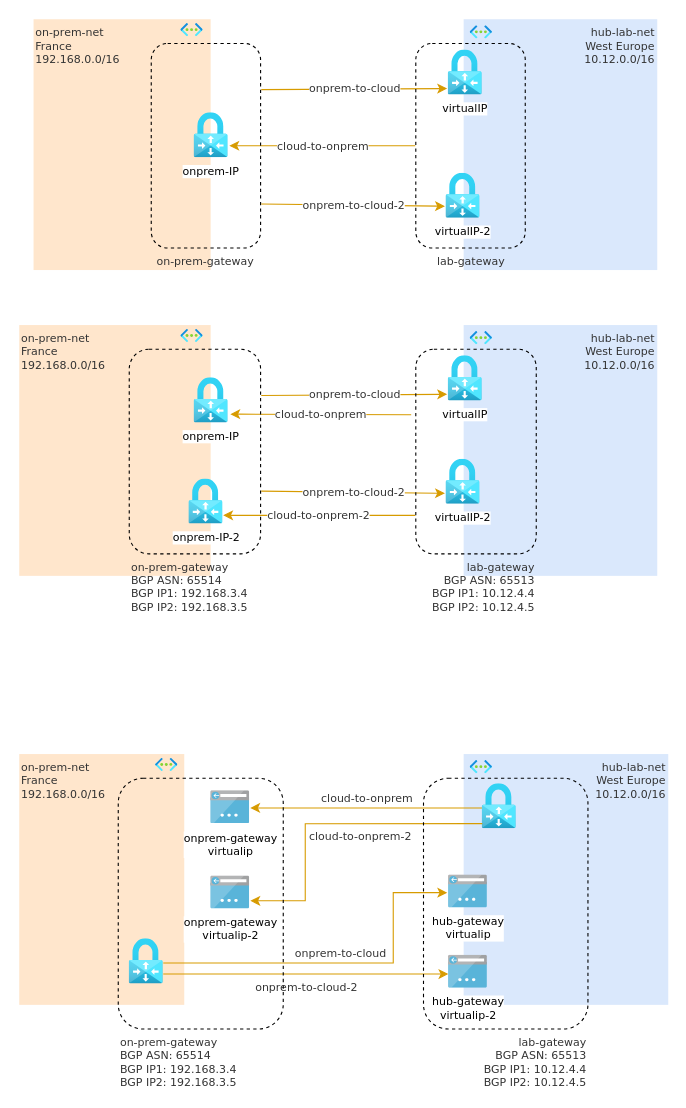
The draw.io diagram images/ipsec.drawio in nicolgit/hub-and-spoke-playground, before the edit. Source tidied: cells renumbered, new cells numbered last; positions are measured from the earlier drawing's top-left corner, leaving out a move shared by most shapes. Both pictures are drawn from the tidied source at 110%, with x=0, y=0 at pixel (19, 19).
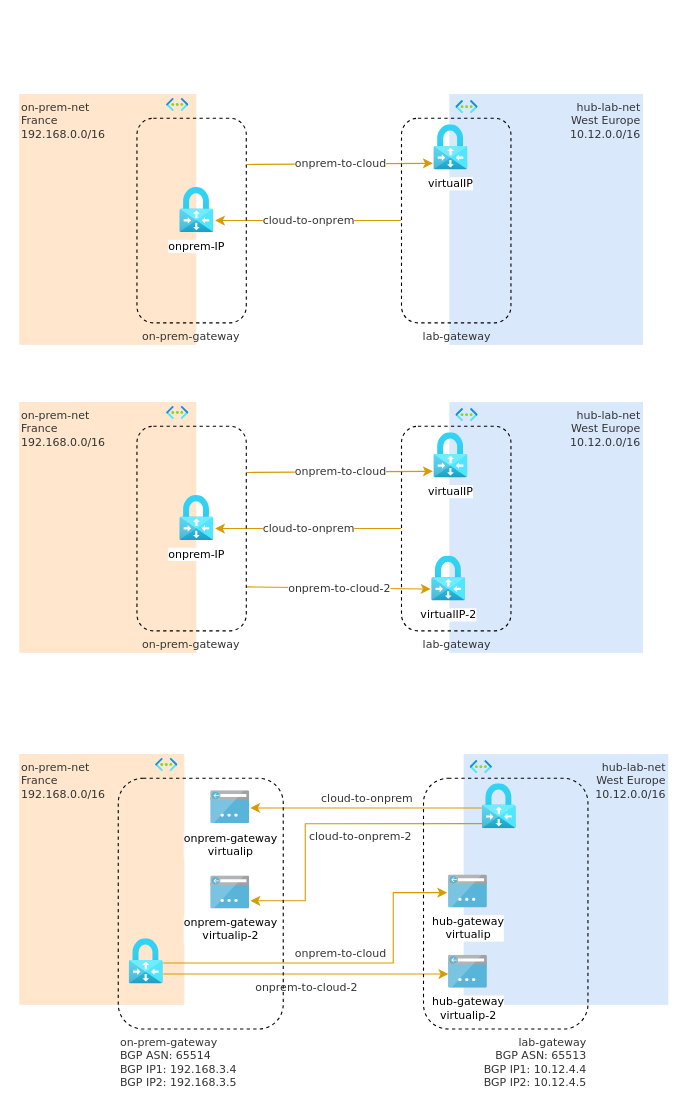
The same diagram, later.

What changed in the source:
```diff
@@
     <mxCell id="2" value="hub-lab-net&lt;br style=&quot;font-size: 10px;&quot;&gt;West Europe&lt;br style=&quot;font-size: 10px;&quot;&gt;10.12.0.0/16" style="rounded=0;whiteSpace=wrap;html=1;fontFamily=Verdana;align=right;fillColor=#dae8fc;strokeColor=none;fontSize=10;fontColor=#333333;verticalAlign=top;shadow=0;" parent="1" vertex="1">
-      <mxGeometry x="404" width="176" height="228" as="geometry" />
+      <mxGeometry x="391" y="348" width="176" height="228" as="geometry" />
     </mxCell>
     <mxCell id="3" value="on-prem-net&lt;br style=&quot;font-size: 10px;&quot;&gt;France&lt;br style=&quot;font-size: 10px;&quot;&gt;192.168.0.0/16" style="rounded=0;whiteSpace=wrap;html=1;fontFamily=Verdana;align=left;fillColor=#ffe6cc;strokeColor=none;fontSize=10;labelPosition=center;verticalLabelPosition=middle;verticalAlign=top;fontColor=#333333;" parent="1" vertex="1">
-      <mxGeometry x="13" width="161" height="228" as="geometry" />
+      <mxGeometry y="348" width="161" height="228" as="geometry" />
     </mxCell>
     <mxCell id="4" style="html=1;align=center;image;fontSize=12;image=img/lib/azure2/networking/Virtual_Networks.svg;fontFamily=Verdana;rounded=0;" parent="1" vertex="1">
-      <mxGeometry x="410" y="5.9" width="20.2" height="12.1" as="geometry" />
+      <mxGeometry x="397" y="353.9" width="20.2" height="12.1" as="geometry" />
     </mxCell>
     <mxCell id="5" value="virtualIP" style="html=1;align=center;image;fontSize=10;image=img/lib/azure2/networking/Virtual_Network_Gateways.svg;fontFamily=Verdana;rounded=0;" parent="1" vertex="1">
-      <mxGeometry x="390" y="28" width="30.9" height="41" as="geometry" />
+      <mxGeometry x="377" y="376" width="30.9" height="41" as="geometry" />
     </mxCell>
     <mxCell id="6" value="virtualIP-2" style="html=1;align=center;image;fontSize=10;image=img/lib/azure2/networking/Virtual_Network_Gateways.svg;fontFamily=Verdana;rounded=0;" parent="1" vertex="1">
-      <mxGeometry x="388" y="140" width="30.9" height="41" as="geometry" />
+      <mxGeometry x="375" y="488" width="30.9" height="41" as="geometry" />
     </mxCell>
     <mxCell id="7" value="onprem-IP" style="html=1;align=center;image;fontSize=10;image=img/lib/azure2/networking/Virtual_Network_Gateways.svg;fontFamily=Verdana;rounded=0;" parent="1" vertex="1">
-      <mxGeometry x="159" y="85" width="30.9" height="41" as="geometry" />
+      <mxGeometry x="146" y="433" width="30.9" height="41" as="geometry" />
     </mxCell>
     <mxCell id="8" style="html=1;align=center;image;fontSize=12;image=img/lib/azure2/networking/Virtual_Networks.svg;fontFamily=Verdana;rounded=0;" parent="1" vertex="1">
-      <mxGeometry x="147" y="3.9" width="20.2" height="12.1" as="geometry" />
+      <mxGeometry x="134" y="351.9" width="20.2" height="12.1" as="geometry" />
     </mxCell>
     <mxCell id="9" value="cloud-to-onprem" style="endArrow=none;startArrow=classic;html=1;rounded=0;fontFamily=Verdana;fontSize=10;fontColor=#333333;fillColor=#ffe6cc;strokeColor=#d79b00;startFill=1;endFill=0;" parent="1" edge="1">
       <mxGeometry relative="1" as="geometry">
-        <mxPoint x="191" y="115" as="sourcePoint" />
-        <mxPoint x="360" y="115" as="targetPoint" />
+        <mxPoint x="178" y="463" as="sourcePoint" />
+        <mxPoint x="347" y="463" as="targetPoint" />
       </mxGeometry>
     </mxCell>
     <mxCell id="10" value="onprem-to-cloud" style="endArrow=classic;startArrow=none;html=1;rounded=0;fontFamily=Verdana;fontSize=10;fontColor=#333333;fillColor=#ffe6cc;strokeColor=#d79b00;startFill=0;" parent="1" edge="1">
       <mxGeometry relative="1" as="geometry">
-        <mxPoint x="220" y="64" as="sourcePoint" />
-        <mxPoint x="389" y="63" as="targetPoint" />
+        <mxPoint x="207" y="412" as="sourcePoint" />
+        <mxPoint x="376" y="411" as="targetPoint" />
       </mxGeometry>
     </mxCell>
     <mxCell id="11" value="on-prem-gateway" style="rounded=1;whiteSpace=wrap;html=1;fontFamily=Verdana;fontSize=10;fontColor=#333333;fillColor=none;dashed=1;labelPosition=center;verticalLabelPosition=bottom;align=center;verticalAlign=top;" parent="1" vertex="1">
-      <mxGeometry x="120" y="22" width="99.4" height="186" as="geometry" />
+      <mxGeometry x="107" y="370" width="99.4" height="186" as="geometry" />
     </mxCell>
     <mxCell id="12" value="onprem-to-cloud-2" style="endArrow=classic;startArrow=none;html=1;rounded=0;fontFamily=Verdana;fontSize=10;fontColor=#333333;fillColor=#ffe6cc;strokeColor=#d79b00;startFill=0;" parent="1" edge="1">
       <mxGeometry relative="1" as="geometry">
-        <mxPoint x="220" y="168" as="sourcePoint" />
-        <mxPoint x="387" y="170" as="targetPoint" />
+        <mxPoint x="207" y="516" as="sourcePoint" />
+        <mxPoint x="374" y="518" as="targetPoint" />
       </mxGeometry>
     </mxCell>
     <mxCell id="13" value="lab-gateway" style="rounded=1;whiteSpace=wrap;html=1;fontFamily=Verdana;fontSize=10;fontColor=#333333;fillColor=none;dashed=1;labelPosition=center;verticalLabelPosition=bottom;align=center;verticalAlign=top;" parent="1" vertex="1">
-      <mxGeometry x="360.5" y="22" width="99.5" height="186" as="geometry" />
+      <mxGeometry x="347.5" y="370" width="99.5" height="186" as="geometry" />
     </mxCell>
-    <mxCell id="14" value="hub-lab-net&lt;br style=&quot;font-size: 10px;&quot;&gt;West Europe&lt;br style=&quot;font-size: 10px;&quot;&gt;10.12.0.0/16" style="rounded=0;whiteSpace=wrap;html=1;fontFamily=Verdana;align=right;fillColor=#dae8fc;strokeColor=none;fontSize=10;fontColor=#333333;verticalAlign=top;shadow=0;" parent="1" vertex="1">
-      <mxGeometry x="404" y="278" width="176" height="228" as="geometry" />
-    </mxCell>
-    <mxCell id="15" value="on-prem-net&lt;br style=&quot;font-size: 10px;&quot;&gt;France&lt;br style=&quot;font-size: 10px;&quot;&gt;192.168.0.0/16" style="rounded=0;whiteSpace=wrap;html=1;fontFamily=Verdana;align=left;fillColor=#ffe6cc;strokeColor=none;fontSize=10;labelPosition=center;verticalLabelPosition=middle;verticalAlign=top;fontColor=#333333;" parent="1" vertex="1">
-      <mxGeometry y="278" width="174" height="228" as="geometry" />
-    </mxCell>
-    <mxCell id="16" style="html=1;align=center;image;fontSize=12;image=img/lib/azure2/networking/Virtual_Networks.svg;fontFamily=Verdana;rounded=0;" parent="1" vertex="1">
-      <mxGeometry x="410" y="283.9" width="20.2" height="12.1" as="geometry" />
-    </mxCell>
-    <mxCell id="17" value="virtualIP" style="html=1;align=center;image;fontSize=10;image=img/lib/azure2/networking/Virtual_Network_Gateways.svg;fontFamily=Verdana;rounded=0;" parent="1" vertex="1">
-      <mxGeometry x="390" y="306" width="30.9" height="41" as="geometry" />
-    </mxCell>
-    <mxCell id="18" value="virtualIP-2" style="html=1;align=center;image;fontSize=10;image=img/lib/azure2/networking/Virtual_Network_Gateways.svg;fontFamily=Verdana;rounded=0;" parent="1" vertex="1">
-      <mxGeometry x="388" y="400" width="30.9" height="41" as="geometry" />
-    </mxCell>
-    <mxCell id="19" value="onprem-IP" style="html=1;align=center;image;fontSize=10;image=img/lib/azure2/networking/Virtual_Network_Gateways.svg;fontFamily=Verdana;rounded=0;" parent="1" vertex="1">
-      <mxGeometry x="159" y="326" width="30.9" height="41" as="geometry" />
-    </mxCell>
-    <mxCell id="20" style="html=1;align=center;image;fontSize=12;image=img/lib/azure2/networking/Virtual_Networks.svg;fontFamily=Verdana;rounded=0;" parent="1" vertex="1">
-      <mxGeometry x="147" y="281.9" width="20.2" height="12.1" as="geometry" />
-    </mxCell>
-    <mxCell id="21" value="cloud-to-onprem" style="endArrow=none;startArrow=classic;html=1;rounded=0;fontFamily=Verdana;fontSize=10;fontColor=#333333;fillColor=#ffe6cc;strokeColor=#d79b00;startFill=1;endFill=0;entryX=-0.062;entryY=0.32;entryDx=0;entryDy=0;entryPerimeter=0;" parent="1" edge="1">
-      <mxGeometry relative="1" as="geometry">
-        <mxPoint x="191.9" y="359" as="sourcePoint" />
-        <mxPoint x="356.3" y="359.5" as="targetPoint" />
-      </mxGeometry>
-    </mxCell>
-    <mxCell id="22" value="onprem-to-cloud" style="endArrow=classic;startArrow=none;html=1;rounded=0;fontFamily=Verdana;fontSize=10;fontColor=#333333;fillColor=#ffe6cc;strokeColor=#d79b00;startFill=0;" parent="1" edge="1">
-      <mxGeometry relative="1" as="geometry">
-        <mxPoint x="220" y="342" as="sourcePoint" />
-        <mxPoint x="389" y="341" as="targetPoint" />
-      </mxGeometry>
-    </mxCell>
-    <mxCell id="23" value="onprem-to-cloud-2" style="endArrow=classic;startArrow=none;html=1;rounded=0;fontFamily=Verdana;fontSize=10;fontColor=#333333;fillColor=#ffe6cc;strokeColor=#d79b00;startFill=0;" parent="1" edge="1">
-      <mxGeometry relative="1" as="geometry">
-        <mxPoint x="220" y="429" as="sourcePoint" />
-        <mxPoint x="387" y="431" as="targetPoint" />
-      </mxGeometry>
-    </mxCell>
-    <mxCell id="24" value="onprem-IP-2" style="html=1;align=center;image;fontSize=10;image=img/lib/azure2/networking/Virtual_Network_Gateways.svg;fontFamily=Verdana;rounded=0;" parent="1" vertex="1">
-      <mxGeometry x="154.3" y="418" width="30.9" height="41" as="geometry" />
-    </mxCell>
-    <mxCell id="25" value="cloud-to-onprem-2" style="endArrow=none;startArrow=classic;html=1;rounded=0;fontFamily=Verdana;fontSize=10;fontColor=#333333;fillColor=#ffe6cc;strokeColor=#d79b00;startFill=1;endFill=0;" parent="1" edge="1">
-      <mxGeometry relative="1" as="geometry">
-        <mxPoint x="185.4" y="451" as="sourcePoint" />
-        <mxPoint x="360" y="451" as="targetPoint" />
-      </mxGeometry>
-    </mxCell>
-    <mxCell id="26" value="lab-gateway&lt;br&gt;BGP ASN: 65513&lt;br&gt;BGP IP1: 10.12.4.4&lt;br&gt;BGP IP2: 10.12.4.5" style="rounded=1;whiteSpace=wrap;html=1;fontFamily=Verdana;fontSize=10;fontColor=#333333;fillColor=none;dashed=1;labelPosition=center;verticalLabelPosition=bottom;align=right;verticalAlign=top;" parent="1" vertex="1">
-      <mxGeometry x="360.5" y="300" width="109.5" height="186" as="geometry" />
-    </mxCell>
-    <mxCell id="27" value="on-prem-gateway&lt;br&gt;BGP ASN: 65514&lt;br&gt;BGP IP1: 192.168.3.4&lt;br&gt;BGP IP2: 192.168.3.5" style="rounded=1;whiteSpace=wrap;html=1;fontFamily=Verdana;fontSize=10;fontColor=#333333;fillColor=none;dashed=1;labelPosition=center;verticalLabelPosition=bottom;align=left;verticalAlign=top;" parent="1" vertex="1">
-      <mxGeometry x="100" y="300" width="119.4" height="186" as="geometry" />
-    </mxCell>
@@
+    <mxCell id="14" value="hub-lab-net&lt;br style=&quot;font-size: 10px;&quot;&gt;West Europe&lt;br style=&quot;font-size: 10px;&quot;&gt;10.12.0.0/16" style="rounded=0;whiteSpace=wrap;html=1;fontFamily=Verdana;align=right;fillColor=#dae8fc;strokeColor=none;fontSize=10;fontColor=#333333;verticalAlign=top;shadow=0;" parent="1" vertex="1">
+      <mxGeometry x="391" y="68" width="176" height="228" as="geometry" />
+    </mxCell>
+    <mxCell id="15" value="on-prem-net&lt;br style=&quot;font-size: 10px;&quot;&gt;France&lt;br style=&quot;font-size: 10px;&quot;&gt;192.168.0.0/16" style="rounded=0;whiteSpace=wrap;html=1;fontFamily=Verdana;align=left;fillColor=#ffe6cc;strokeColor=none;fontSize=10;labelPosition=center;verticalLabelPosition=middle;verticalAlign=top;fontColor=#333333;" parent="1" vertex="1">
+      <mxGeometry y="68" width="161" height="228" as="geometry" />
+    </mxCell>
+    <mxCell id="44" style="html=1;align=center;image;fontSize=12;image=img/lib/azure2/networking/Virtual_Networks.svg;fontFamily=Verdana;rounded=0;" parent="1" vertex="1">
+      <mxGeometry x="397" y="73.9" width="20.2" height="12.1" as="geometry" />
+    </mxCell>
+    <mxCell id="17" value="virtualIP" style="html=1;align=center;image;fontSize=10;image=img/lib/azure2/networking/Virtual_Network_Gateways.svg;fontFamily=Verdana;rounded=0;" parent="1" vertex="1">
+      <mxGeometry x="377" y="96" width="30.9" height="41" as="geometry" />
+    </mxCell>
+    <mxCell id="19" value="onprem-IP" style="html=1;align=center;image;fontSize=10;image=img/lib/azure2/networking/Virtual_Network_Gateways.svg;fontFamily=Verdana;rounded=0;" parent="1" vertex="1">
+      <mxGeometry x="146" y="153" width="30.9" height="41" as="geometry" />
+    </mxCell>
+    <mxCell id="45" style="html=1;align=center;image;fontSize=12;image=img/lib/azure2/networking/Virtual_Networks.svg;fontFamily=Verdana;rounded=0;" parent="1" vertex="1">
+      <mxGeometry x="134" y="71.9" width="20.2" height="12.1" as="geometry" />
+    </mxCell>
+    <mxCell id="21" value="cloud-to-onprem" style="endArrow=none;startArrow=classic;html=1;rounded=0;fontFamily=Verdana;fontSize=10;fontColor=#333333;fillColor=#ffe6cc;strokeColor=#d79b00;startFill=1;endFill=0;" parent="1" edge="1">
+      <mxGeometry relative="1" as="geometry">
+        <mxPoint x="178" y="183" as="sourcePoint" />
+        <mxPoint x="347" y="183" as="targetPoint" />
+      </mxGeometry>
+    </mxCell>
+    <mxCell id="22" value="onprem-to-cloud" style="endArrow=classic;startArrow=none;html=1;rounded=0;fontFamily=Verdana;fontSize=10;fontColor=#333333;fillColor=#ffe6cc;strokeColor=#d79b00;startFill=0;" parent="1" edge="1">
+      <mxGeometry relative="1" as="geometry">
+        <mxPoint x="207" y="132" as="sourcePoint" />
+        <mxPoint x="376" y="131" as="targetPoint" />
+      </mxGeometry>
+    </mxCell>
+    <mxCell id="46" value="on-prem-gateway" style="rounded=1;whiteSpace=wrap;html=1;fontFamily=Verdana;fontSize=10;fontColor=#333333;fillColor=none;dashed=1;labelPosition=center;verticalLabelPosition=bottom;align=center;verticalAlign=top;" parent="1" vertex="1">
+      <mxGeometry x="107" y="90" width="99.4" height="186" as="geometry" />
+    </mxCell>
+    <mxCell id="47" value="lab-gateway" style="rounded=1;whiteSpace=wrap;html=1;fontFamily=Verdana;fontSize=10;fontColor=#333333;fillColor=none;dashed=1;labelPosition=center;verticalLabelPosition=bottom;align=center;verticalAlign=top;" parent="1" vertex="1">
+      <mxGeometry x="347.5" y="90" width="99.5" height="186" as="geometry" />
+    </mxCell>
```
